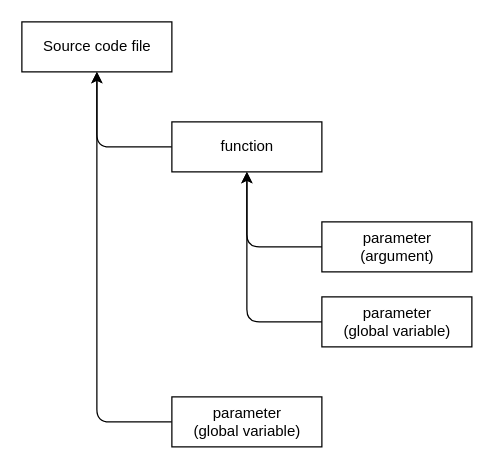
Earlier version of the draw.io diagram page "object diagram" (1 of 2) of dev/doc/design/object_diagram.drawio (CountrySideEngineer/DoxygenDataReader). Source tidied: cells renumbered, new cells numbered last; positions are measured from the earlier drawing's top-left corner, leaving out a move shared by most shapes. Both pictures are drawn from the tidied source at 125%, with x=0, y=0 at pixel (21, 21).
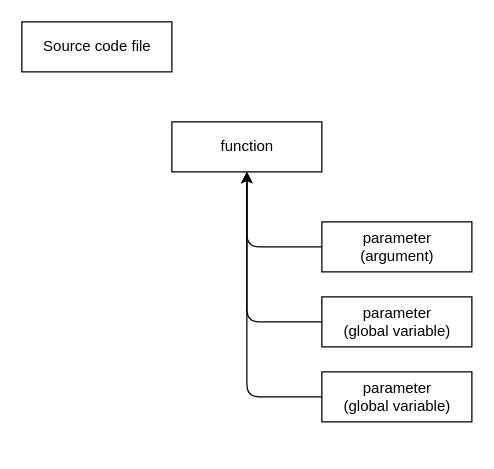
Above is the later version.

Diff of the diagram source:
```diff
@@
 <mxGraphModel>
   <root>
     <mxCell id="0" />
     <mxCell id="1" parent="0" />
     <mxCell id="2" value="Source code file" style="html=1;" parent="1" vertex="1">
       <mxGeometry width="120" height="40" as="geometry" />
     </mxCell>
-    <mxCell id="3" style="edgeStyle=orthogonalEdgeStyle;jettySize=auto;html=1;strokeWidth=1;rounded=1;" parent="1" edge="1" source="4" target="2">
-      <mxGeometry relative="1" as="geometry">
-        <Array as="points">
-          <mxPoint x="60" y="100" />
-        </Array>
-      </mxGeometry>
-    </mxCell>
     <mxCell id="4" value="function" style="html=1;" parent="1" vertex="1">
       <mxGeometry x="120" y="80" width="120" height="40" as="geometry" />
     </mxCell>
     <mxCell id="5" value="parameter&lt;br&gt;(argument)" style="html=1;" parent="1" vertex="1">
       <mxGeometry x="240" y="160" width="120" height="40" as="geometry" />
     </mxCell>
     <mxCell id="6" value="parameter&lt;br&gt;(global variable)" style="html=1;" parent="1" vertex="1">
       <mxGeometry x="240" y="220" width="120" height="40" as="geometry" />
     </mxCell>
-    <mxCell id="7" style="edgeStyle=orthogonalEdgeStyle;rounded=1;jettySize=auto;html=1;strokeWidth=1;elbow=vertical;" parent="1" edge="1" source="8" target="2">
+    <mxCell id="7" style="edgeStyle=orthogonalEdgeStyle;rounded=1;jettySize=auto;html=1;strokeWidth=1;elbow=vertical;" parent="1" edge="1" source="8" target="4">
       <mxGeometry relative="1" as="geometry">
         <Array as="points">
-          <mxPoint x="60" y="320" />
+          <mxPoint x="180" y="300" />
         </Array>
       </mxGeometry>
     </mxCell>
     <mxCell id="8" value="parameter&lt;br&gt;(global variable)" style="html=1;" parent="1" vertex="1">
-      <mxGeometry x="120" y="300" width="120" height="40" as="geometry" />
+      <mxGeometry x="240" y="280" width="120" height="40" as="geometry" />
     </mxCell>
     <mxCell id="9" style="edgeStyle=orthogonalEdgeStyle;jettySize=auto;html=1;strokeWidth=1;rounded=1;" parent="1" edge="1" source="5" target="4">
       <mxGeometry relative="1" as="geometry">
         <Array as="points">
           <mxPoint x="180" y="180" />
         </Array>
       </mxGeometry>
     </mxCell>
     <mxCell id="10" style="edgeStyle=orthogonalEdgeStyle;jettySize=auto;html=1;strokeWidth=1;rounded=1;" parent="1" edge="1" source="6" target="4">
       <mxGeometry relative="1" as="geometry">
         <Array as="points">
           <mxPoint x="180" y="240" />
         </Array>
       </mxGeometry>
     </mxCell>
   </root>
 </mxGraphModel>
```
